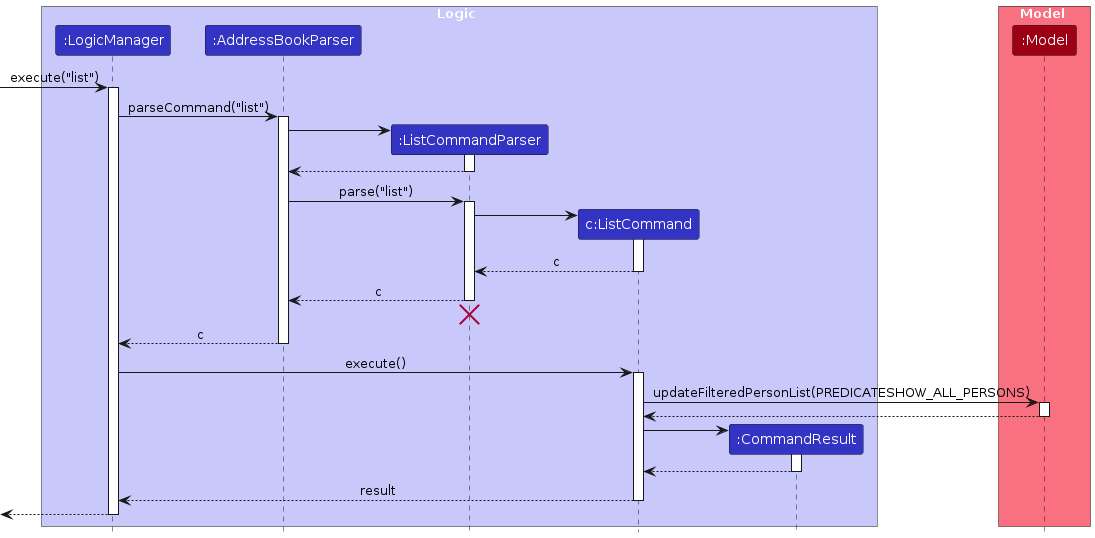
This is diagrams/ListCommandSequenceDiagram.png from AY2324S1-CS2103T-T10-3/tp, a PlantUML export, as it was before one commit. Its source is kept beside it as diagrams/ListCommandSequenceDiagram.puml.
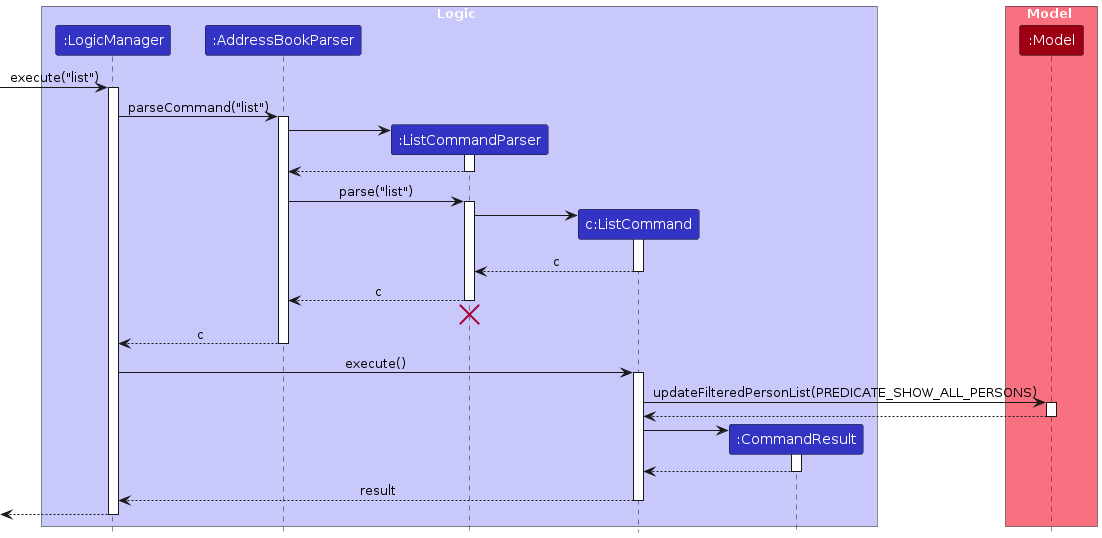
Later version of the same file.

Change to the diagram source:
```diff
@@ -49,7 +49,7 @@
 LogicManager -> ListCommand : execute()
 activate ListCommand
 
-ListCommand -> Model : updateFilteredPersonList(PREDICATESHOW_ALL_PERSONS)
+ListCommand -> Model : updateFilteredPersonList(PREDICATE_SHOW_ALL_PERSONS)
 activate Model
 
 Model --> ListCommand
```
